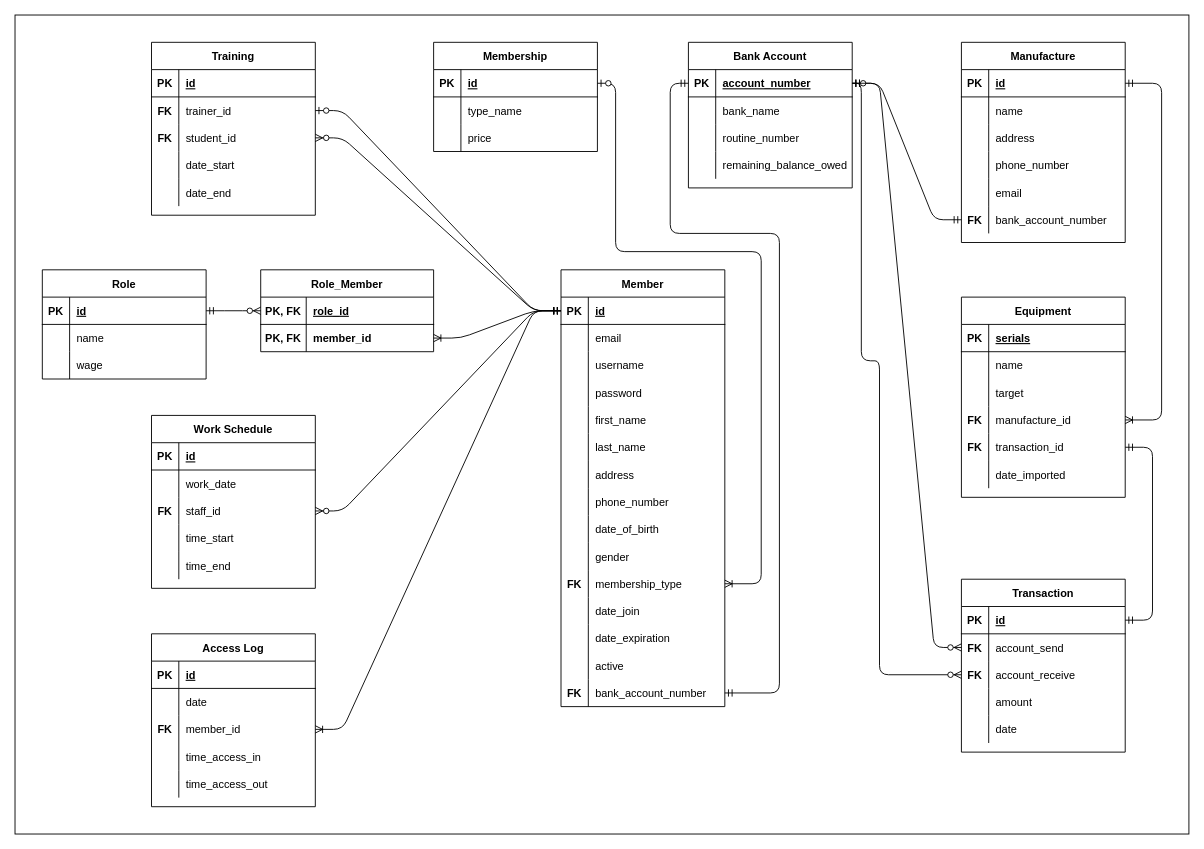
The draw.io diagram Database design/ERD.drawio in quanghuyle3/GymLife, before the edit. Source tidied: cells renumbered, new cells numbered last; positions are measured from the earlier drawing's top-left corner, leaving out a move shared by most shapes. Both pictures are drawn from the tidied source at 91%, with x=0, y=0 at pixel (15, 15).
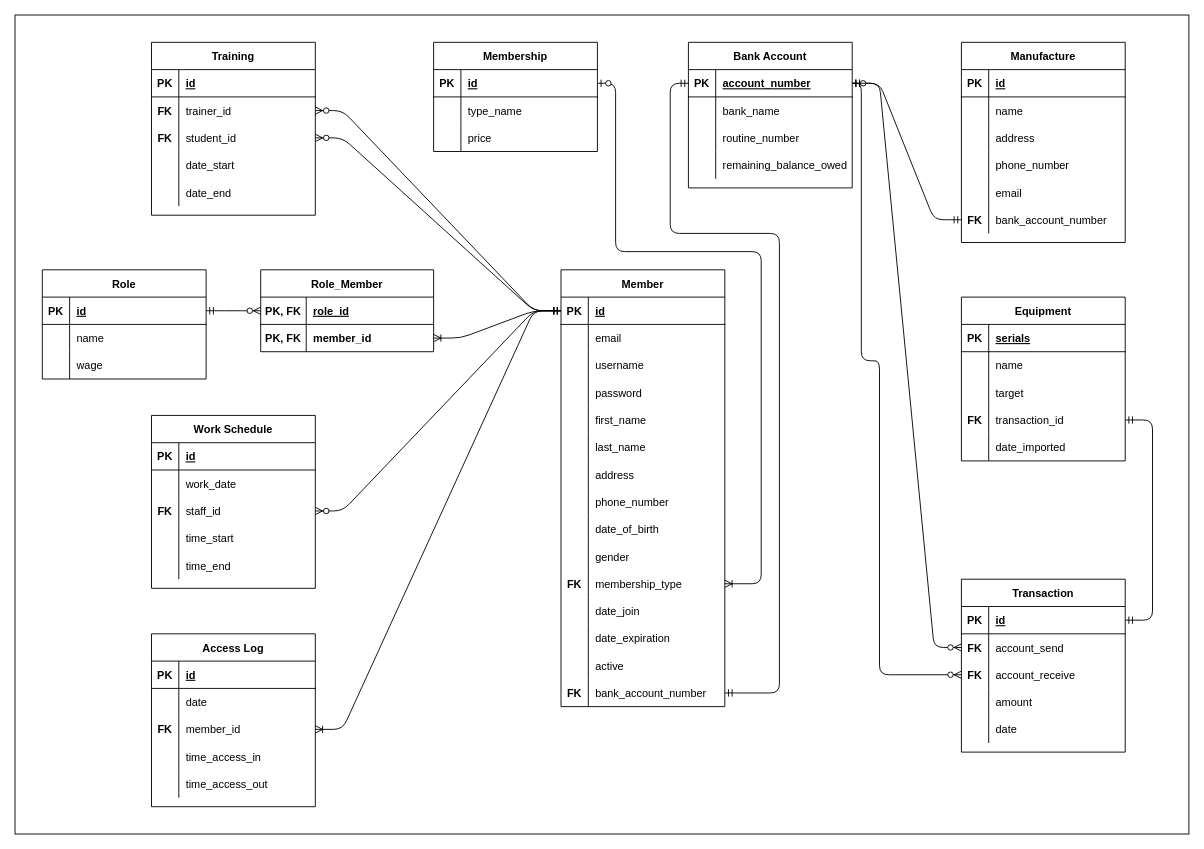
The same diagram, later.

Commit message (it also covers changes not shown here):
Adjust ERD

Unchanged cells that the change refers to:
```xml
<mxCell id="4" style="shape=partialRectangle;fillColor=none;top=0;left=0;bottom=1;right=0;points=[[0,0.5],[1,0.5]];portConstraint=eastwest;" parent="3" vertex="1">
  <mxGeometry y="30" width="180" height="30" as="geometry" />
</mxCell>
<mxCell id="92" style="shape=partialRectangle;fillColor=none;top=0;left=0;bottom=0;right=0;points=[[0,0.5],[1,0.5]];portConstraint=eastwest;" parent="88" vertex="1">
  <mxGeometry y="60" width="180" height="30" as="geometry" />
</mxCell>
<mxCell id="150" style="shape=partialRectangle;fillColor=none;top=0;left=0;bottom=1;right=0;points=[[0,0.5],[1,0.5]];portConstraint=eastwest;" parent="149" vertex="1">
  <mxGeometry y="30" width="180" height="30" as="geometry" />
</mxCell>
```

Change to the diagram source:
```diff
@@
     <mxCell id="130" value="Equipment" style="shape=table;startSize=30;childLayout=tableLayout;rowLines=0;fontStyle=1;align=center;" parent="1" vertex="1">
-      <mxGeometry x="1040" y="310" width="180" height="220" as="geometry" />
+      <mxGeometry x="1040" y="310" width="180" height="180" as="geometry" />
     </mxCell>
@@
-    <mxCell id="140" style="shape=partialRectangle;fillColor=none;top=0;left=0;bottom=0;right=0;points=[[0,0.5],[1,0.5]];portConstraint=eastwest;" parent="130" vertex="1">
-      <mxGeometry y="120" width="180" height="30" as="geometry" />
-    </mxCell>
-    <mxCell id="141" value="FK" style="shape=partialRectangle;fillColor=none;top=0;left=0;bottom=0;right=0;overflow=hidden;fontStyle=1;" parent="140" vertex="1">
-      <mxGeometry width="30" height="30" as="geometry" />
-    </mxCell>
-    <mxCell id="142" value="manufacture_id" style="shape=partialRectangle;fillColor=none;top=0;left=0;bottom=0;right=0;align=left;spacingLeft=6;overflow=hidden;" parent="140" vertex="1">
-      <mxGeometry x="30" width="150" height="30" as="geometry" />
-    </mxCell>
     <mxCell id="143" style="shape=partialRectangle;fillColor=none;top=0;left=0;bottom=0;right=0;points=[[0,0.5],[1,0.5]];portConstraint=eastwest;" parent="130" vertex="1">
-      <mxGeometry y="150" width="180" height="30" as="geometry" />
+      <mxGeometry y="120" width="180" height="30" as="geometry" />
     </mxCell>
@@
     <mxCell id="146" style="shape=partialRectangle;fillColor=none;top=0;left=0;bottom=0;right=0;" parent="130" vertex="1">
-      <mxGeometry y="180" width="180" height="30" as="geometry" />
+      <mxGeometry y="150" width="180" height="30" as="geometry" />
     </mxCell>
@@
-    <mxCell id="194" style="edgeStyle=entityRelationEdgeStyle;fontSize=12;html=1;endArrow=ERzeroToOne;startArrow=ERmandOne;exitX=0;exitY=0.5;exitDx=0;exitDy=0;entryX=1;entryY=0.5;entryDx=0;entryDy=0;" parent="1" edge="1" source="4" target="92">
-      <mxGeometry relative="1" as="geometry" />
-    </mxCell>
@@
-    <mxCell id="200" style="edgeStyle=orthogonalEdgeStyle;fontSize=12;html=1;endArrow=ERoneToMany;startArrow=ERmandOne;exitX=1;exitY=0.5;exitDx=0;exitDy=0;entryX=1;entryY=0.5;entryDx=0;entryDy=0;" parent="1" edge="1" source="150" target="140">
-      <mxGeometry relative="1" as="geometry">
-        <Array as="points">
-          <mxPoint x="1260" y="75" />
-          <mxPoint x="1260" y="445" />
-        </Array>
-      </mxGeometry>
-    </mxCell>
@@
+    <mxCell id="194" style="edgeStyle=entityRelationEdgeStyle;fontSize=12;html=1;endArrow=ERzeroToMany;startArrow=ERmandOne;exitX=0;exitY=0.5;exitDx=0;exitDy=0;entryX=1;entryY=0.5;entryDx=0;entryDy=0;" parent="1" edge="1" source="4" target="92">
+      <mxGeometry relative="1" as="geometry" />
+    </mxCell>
```
